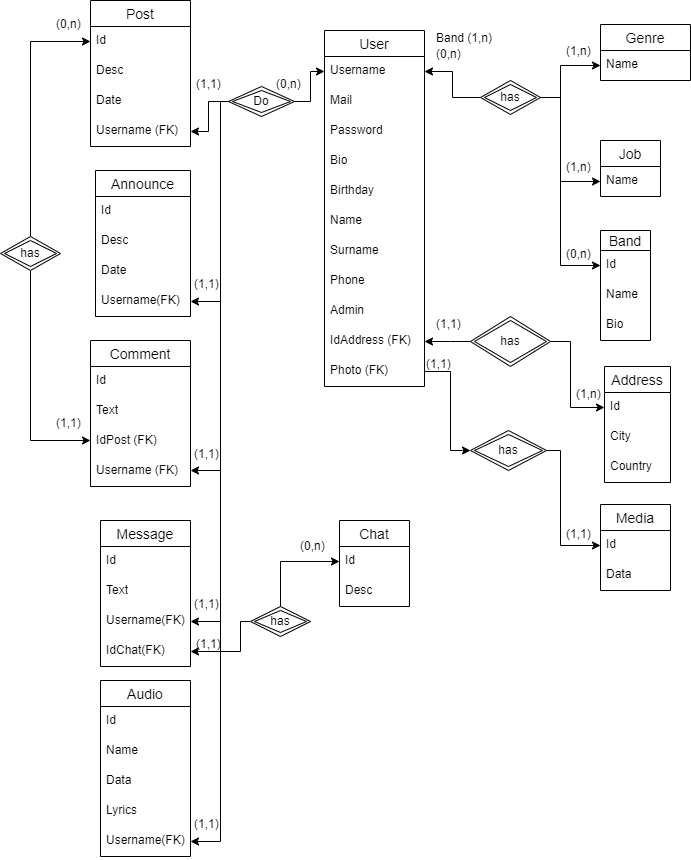
Before: PlugHolesER.drawio.png, a diagram exported from draw.io (Cavosky/BandSeek). Source tidied: cells renumbered, new cells last; positions are measured from the earlier drawing's top-left corner, leaving out a move shared by most shapes.
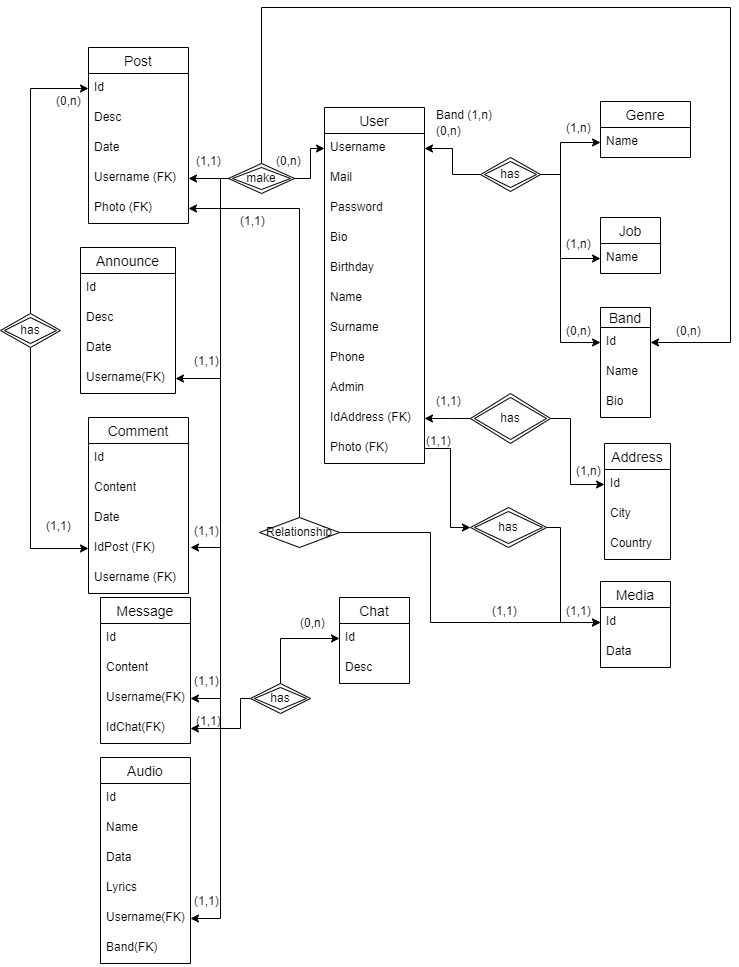
Above is the later version.

The edit, as a diff of the source:
```diff
@@ -84,7 +84,7 @@
       <mxGeometry y="56" width="70" height="30" as="geometry" />
     </mxCell>
     <mxCell id="29" value="Audio" style="swimlane;fontStyle=0;horizontal=1;startSize=26;align=center;fontSize=14;" parent="1" vertex="1">
-      <mxGeometry x="100" y="680" width="90" height="176" as="geometry" />
+      <mxGeometry x="100" y="680" width="90" height="206" as="geometry" />
     </mxCell>
     <mxCell id="30" value="Id" style="text;strokeColor=none;fillColor=none;spacingLeft=4;spacingRight=4;overflow=hidden;fontSize=12;whiteSpace=wrap;html=1;" parent="29" vertex="1">
       <mxGeometry y="26" width="90" height="30" as="geometry" />
@@ -101,8 +101,11 @@
     <mxCell id="34" value="Username(FK)" style="text;strokeColor=none;fillColor=none;spacingLeft=4;spacingRight=4;overflow=hidden;points=[[0,0.5],[1,0.5]];portConstraint=eastwest;fontSize=12;whiteSpace=wrap;html=1;" parent="29" vertex="1">
       <mxGeometry y="146" width="90" height="30" as="geometry" />
     </mxCell>
+    <mxCell id="101" value="Band(FK)" style="text;strokeColor=none;fillColor=none;spacingLeft=4;spacingRight=4;overflow=hidden;fontSize=12;whiteSpace=wrap;html=1;" parent="29" vertex="1">
+      <mxGeometry y="176" width="90" height="30" as="geometry" />
+    </mxCell>
     <mxCell id="35" value="Post" style="swimlane;fontStyle=0;horizontal=1;startSize=26;align=center;fontSize=14;" parent="1" vertex="1">
-      <mxGeometry x="90" width="100" height="146" as="geometry" />
+      <mxGeometry x="88" y="-30" width="100" height="176" as="geometry" />
     </mxCell>
     <mxCell id="36" value="Id" style="text;strokeColor=none;fillColor=none;spacingLeft=4;spacingRight=4;overflow=hidden;points=[[0,0.5],[1,0.5]];portConstraint=eastwest;fontSize=12;whiteSpace=wrap;html=1;" parent="35" vertex="1">
       <mxGeometry y="26" width="100" height="30" as="geometry" />
@@ -116,8 +119,11 @@
     <mxCell id="39" value="Username (FK)" style="text;strokeColor=none;fillColor=none;spacingLeft=4;spacingRight=4;overflow=hidden;points=[[0,0.5],[1,0.5]];portConstraint=eastwest;fontSize=12;whiteSpace=wrap;html=1;" parent="35" vertex="1">
       <mxGeometry y="116" width="100" height="30" as="geometry" />
     </mxCell>
+    <mxCell id="102" value="Photo (FK)" style="text;strokeColor=none;fillColor=none;spacingLeft=4;spacingRight=4;overflow=hidden;points=[[0,0.5],[1,0.5]];portConstraint=eastwest;fontSize=12;whiteSpace=wrap;html=1;" parent="35" vertex="1">
+      <mxGeometry y="146" width="100" height="30" as="geometry" />
+    </mxCell>
     <mxCell id="40" value="Announce" style="swimlane;fontStyle=0;horizontal=1;startSize=26;align=center;fontSize=14;" parent="1" vertex="1">
-      <mxGeometry x="95" y="170" width="95" height="146" as="geometry" />
+      <mxGeometry x="80" y="170" width="95" height="146" as="geometry" />
     </mxCell>
     <mxCell id="41" value="Id" style="text;strokeColor=none;fillColor=none;spacingLeft=4;spacingRight=4;overflow=hidden;fontSize=12;whiteSpace=wrap;html=1;" parent="40" vertex="1">
       <mxGeometry y="26" width="95" height="30" as="geometry" />
@@ -132,19 +138,22 @@
       <mxGeometry y="116" width="95" height="30" as="geometry" />
     </mxCell>
     <mxCell id="45" value="Comment" style="swimlane;fontStyle=0;horizontal=1;startSize=26;align=center;fontSize=14;" parent="1" vertex="1">
-      <mxGeometry x="90" y="340" width="100" height="146" as="geometry" />
+      <mxGeometry x="88" y="340" width="100" height="176" as="geometry" />
     </mxCell>
     <mxCell id="46" value="Id" style="text;strokeColor=none;fillColor=none;spacingLeft=4;spacingRight=4;overflow=hidden;fontSize=12;whiteSpace=wrap;html=1;" parent="45" vertex="1">
       <mxGeometry y="26" width="100" height="30" as="geometry" />
     </mxCell>
-    <mxCell id="47" value="Text" style="text;strokeColor=none;fillColor=none;spacingLeft=4;spacingRight=4;overflow=hidden;fontSize=12;whiteSpace=wrap;html=1;" parent="45" vertex="1">
+    <mxCell id="47" value="Content" style="text;strokeColor=none;fillColor=none;spacingLeft=4;spacingRight=4;overflow=hidden;fontSize=12;whiteSpace=wrap;html=1;" parent="45" vertex="1">
       <mxGeometry y="56" width="100" height="30" as="geometry" />
     </mxCell>
+    <mxCell id="103" value="Date" style="text;strokeColor=none;fillColor=none;spacingLeft=4;spacingRight=4;overflow=hidden;fontSize=12;whiteSpace=wrap;html=1;" parent="45" vertex="1">
+      <mxGeometry y="86" width="100" height="30" as="geometry" />
+    </mxCell>
     <mxCell id="48" value="IdPost (FK)" style="text;strokeColor=none;fillColor=none;spacingLeft=4;spacingRight=4;overflow=hidden;points=[[0,0.5],[1,0.5]];portConstraint=eastwest;fontSize=12;whiteSpace=wrap;html=1;" parent="45" vertex="1">
-      <mxGeometry y="86" width="100" height="30" as="geometry" />
+      <mxGeometry y="116" width="100" height="30" as="geometry" />
     </mxCell>
     <mxCell id="49" value="Username (FK)" style="text;strokeColor=none;fillColor=none;spacingLeft=4;spacingRight=4;overflow=hidden;fontSize=12;whiteSpace=wrap;html=1;" parent="45" vertex="1">
-      <mxGeometry y="116" width="100" height="30" as="geometry" />
+      <mxGeometry y="146" width="100" height="30" as="geometry" />
     </mxCell>
     <mxCell id="50" value="Message" style="swimlane;fontStyle=0;horizontal=1;startSize=26;align=center;fontSize=14;" parent="1" vertex="1">
       <mxGeometry x="100" y="520" width="90" height="146" as="geometry" />
@@ -152,7 +161,7 @@
     <mxCell id="51" value="Id" style="text;strokeColor=none;fillColor=none;spacingLeft=4;spacingRight=4;overflow=hidden;fontSize=12;whiteSpace=wrap;html=1;" parent="50" vertex="1">
       <mxGeometry y="26" width="90" height="30" as="geometry" />
     </mxCell>
-    <mxCell id="52" value="Text" style="text;strokeColor=none;fillColor=none;spacingLeft=4;spacingRight=4;overflow=hidden;fontSize=12;whiteSpace=wrap;html=1;" parent="50" vertex="1">
+    <mxCell id="52" value="Content" style="text;strokeColor=none;fillColor=none;spacingLeft=4;spacingRight=4;overflow=hidden;fontSize=12;whiteSpace=wrap;html=1;" parent="50" vertex="1">
       <mxGeometry y="56" width="90" height="30" as="geometry" />
     </mxCell>
     <mxCell id="53" value="Username(FK)" style="text;strokeColor=none;fillColor=none;spacingLeft=4;spacingRight=4;overflow=hidden;points=[[0,0.5],[1,0.5]];portConstraint=eastwest;fontSize=12;whiteSpace=wrap;html=1;" parent="50" vertex="1">
@@ -232,7 +241,16 @@
         </Array>
       </mxGeometry>
     </mxCell>
+    <mxCell id="104" style="edgeStyle=orthogonalEdgeStyle;rounded=0;jettySize=auto;html=1;entryX=1;entryY=0.5;entryDx=0;entryDy=0;" parent="1" edge="1" source="68" target="21">
+      <mxGeometry relative="1" as="geometry">
+        <Array as="points">
+          <mxPoint x="261" y="-70" />
+          <mxPoint x="730" y="-70" />
+          <mxPoint x="730" y="265" />
+        </Array>
+      </mxGeometry>
+    </mxCell>
-    <mxCell id="68" value="Do" style="shape=rhombus;double=1;perimeter=rhombusPerimeter;whiteSpace=wrap;html=1;align=center;" parent="1" vertex="1">
+    <mxCell id="68" value="make" style="shape=rhombus;double=1;perimeter=rhombusPerimeter;whiteSpace=wrap;html=1;align=center;" parent="1" vertex="1">
       <mxGeometry x="228" y="86" width="66" height="30" as="geometry" />
     </mxCell>
     <mxCell id="69" style="edgeStyle=orthogonalEdgeStyle;rounded=0;jettySize=auto;html=1;exitX=0;exitY=0.5;exitDx=0;exitDy=0;entryX=1;entryY=0.5;entryDx=0;entryDy=0;" parent="1" edge="1" source="68" target="44">
@@ -306,7 +324,7 @@
     <mxCell id="85" style="edgeStyle=orthogonalEdgeStyle;rounded=0;jettySize=auto;html=1;" parent="1" edge="1" source="86" target="48">
       <mxGeometry relative="1" as="geometry">
         <Array as="points">
-          <mxPoint x="30" y="440" />
+          <mxPoint x="30" y="471" />
         </Array>
       </mxGeometry>
     </mxCell>
@@ -314,7 +332,7 @@
       <mxGeometry y="236" width="60" height="34" as="geometry" />
     </mxCell>
     <mxCell id="87" value="(1,1)" style="text;strokeColor=none;fillColor=none;spacingLeft=4;spacingRight=4;overflow=hidden;fontSize=12;whiteSpace=wrap;html=1;" parent="1" vertex="1">
-      <mxGeometry x="50" y="409" width="40" height="30" as="geometry" />
+      <mxGeometry x="40" y="435" width="40" height="30" as="geometry" />
     </mxCell>
     <mxCell id="88" value="(0,n)" style="text;strokeColor=none;fillColor=none;spacingLeft=4;spacingRight=4;overflow=hidden;fontSize=12;whiteSpace=wrap;html=1;" parent="1" vertex="1">
       <mxGeometry x="50" y="10" width="40" height="30" as="geometry" />
@@ -370,5 +388,28 @@
     <mxCell id="100" value="(1,1)" style="text;strokeColor=none;fillColor=none;spacingLeft=4;spacingRight=4;overflow=hidden;fontSize=12;whiteSpace=wrap;html=1;" parent="1" vertex="1">
       <mxGeometry x="190" y="630" width="40" height="30" as="geometry" />
     </mxCell>
+    <mxCell id="105" value="(0,n)" style="text;strokeColor=none;fillColor=none;spacingLeft=4;spacingRight=4;overflow=hidden;fontSize=12;whiteSpace=wrap;html=1;" parent="1" vertex="1">
+      <mxGeometry x="670" y="240" width="40" height="30" as="geometry" />
+    </mxCell>
+    <mxCell id="106" style="edgeStyle=orthogonalEdgeStyle;rounded=0;jettySize=auto;html=1;entryX=1;entryY=0.5;entryDx=0;entryDy=0;" parent="1" edge="1" source="108" target="102">
+      <mxGeometry relative="1" as="geometry" />
+    </mxCell>
+    <mxCell id="107" style="edgeStyle=orthogonalEdgeStyle;rounded=0;jettySize=auto;html=1;" parent="1" edge="1" source="108" target="27">
+      <mxGeometry relative="1" as="geometry">
+        <Array as="points">
+          <mxPoint x="430" y="455" />
+          <mxPoint x="430" y="545" />
+        </Array>
+      </mxGeometry>
+    </mxCell>
+    <mxCell id="108" value="Relationship" style="shape=rhombus;perimeter=rhombusPerimeter;whiteSpace=wrap;html=1;align=center;" parent="1" vertex="1">
+      <mxGeometry x="259" y="440" width="80" height="30" as="geometry" />
+    </mxCell>
+    <mxCell id="109" value="(1,1)" style="text;strokeColor=none;fillColor=none;spacingLeft=4;spacingRight=4;overflow=hidden;fontSize=12;whiteSpace=wrap;html=1;" parent="1" vertex="1">
+      <mxGeometry x="486" y="520" width="60" height="30" as="geometry" />
+    </mxCell>
+    <mxCell id="110" value="(1,1)" style="text;strokeColor=none;fillColor=none;spacingLeft=4;spacingRight=4;overflow=hidden;fontSize=12;whiteSpace=wrap;html=1;" parent="1" vertex="1">
+      <mxGeometry x="234" y="130" width="60" height="30" as="geometry" />
+    </mxCell>
   </root>
 </mxGraphModel>
```
